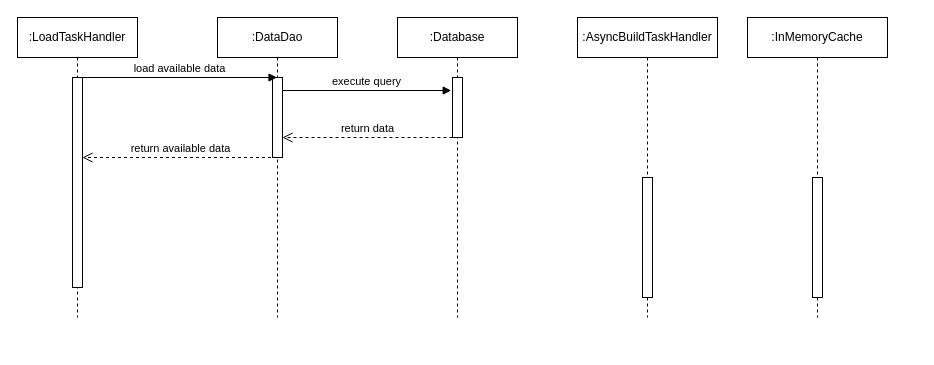
Above: Untitled Diagram.drawio in minhtran-q/documents (draw.io), before the change. Source tidied: cells renumbered, new cells numbered last; positions are measured from the earlier drawing's top-left corner, leaving out a move shared by most shapes. Both pictures are drawn from the tidied source at 100%, with x=0, y=0 at pixel (17, 17).
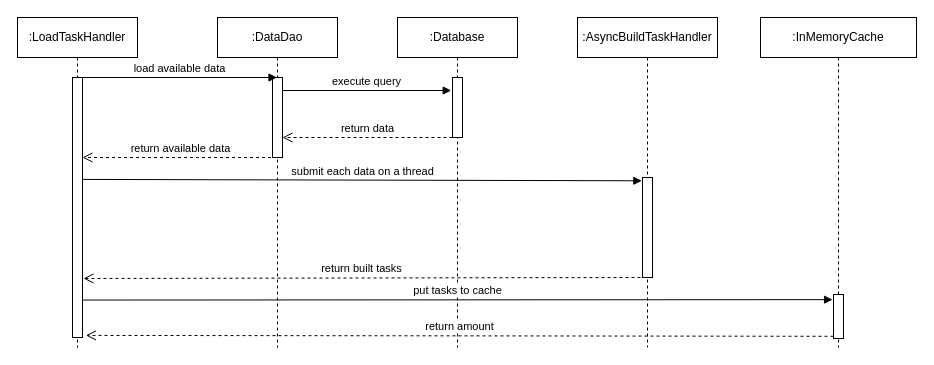
Above is the later version.

Change to the diagram source:
```diff
@@
     <mxCell id="2" value=":LoadTaskHandler" style="shape=umlLifeline;perimeter=lifelinePerimeter;whiteSpace=wrap;html=1;" parent="1" vertex="1">
-      <mxGeometry width="120" height="300" as="geometry" />
+      <mxGeometry width="120" height="330" as="geometry" />
     </mxCell>
     <mxCell id="3" style="html=1;points=[];perimeter=orthogonalPerimeter;" parent="2" vertex="1">
-      <mxGeometry x="55" y="60" width="10" height="210" as="geometry" />
+      <mxGeometry x="55" y="60" width="10" height="260" as="geometry" />
     </mxCell>
     <mxCell id="4" value=":DataDao" style="shape=umlLifeline;perimeter=lifelinePerimeter;whiteSpace=wrap;html=1;outlineConnect=0;" parent="1" vertex="1">
-      <mxGeometry x="200" width="120" height="300" as="geometry" />
+      <mxGeometry x="200" width="120" height="330" as="geometry" />
     </mxCell>
@@
     <mxCell id="6" value=":AsyncBuildTaskHandler" style="shape=umlLifeline;perimeter=lifelinePerimeter;whiteSpace=wrap;html=1;" parent="1" vertex="1">
-      <mxGeometry x="560" width="140" height="300" as="geometry" />
+      <mxGeometry x="560" width="140" height="330" as="geometry" />
     </mxCell>
     <mxCell id="7" style="html=1;points=[];perimeter=orthogonalPerimeter;" parent="6" vertex="1">
-      <mxGeometry x="65" y="160" width="10" height="120" as="geometry" />
+      <mxGeometry x="65" y="160" width="10" height="100" as="geometry" />
     </mxCell>
     <mxCell id="8" value=":Database" style="shape=umlLifeline;perimeter=lifelinePerimeter;whiteSpace=wrap;html=1;" parent="1" vertex="1">
-      <mxGeometry x="380" width="120" height="300" as="geometry" />
+      <mxGeometry x="380" width="120" height="330" as="geometry" />
     </mxCell>
@@
     <mxCell id="14" value=":InMemoryCache" style="shape=umlLifeline;perimeter=lifelinePerimeter;whiteSpace=wrap;html=1;" parent="1" vertex="1">
-      <mxGeometry x="730" width="140" height="300" as="geometry" />
+      <mxGeometry x="743" width="156" height="330" as="geometry" />
     </mxCell>
-    <mxCell id="15" style="html=1;perimeter=orthogonalPerimeter;" parent="14" vertex="1">
-      <mxGeometry x="65" y="160" width="10" height="120" as="geometry" />
-    </mxCell>
+    <mxCell id="16" style="html=1;points=[];perimeter=orthogonalPerimeter;" parent="14" vertex="1">
+      <mxGeometry x="73" y="277" width="10" height="44" as="geometry" />
+    </mxCell>
+    <mxCell id="17" value="submit each data on a thread" style="html=1;verticalAlign=bottom;endArrow=block;rounded=0;entryX=-0.067;entryY=0.094;entryDx=0;entryDy=0;entryPerimeter=0;exitX=1.02;exitY=0.392;exitDx=0;exitDy=0;exitPerimeter=0;" parent="1" edge="1" source="3">
+      <mxGeometry relative="1" as="geometry">
+        <mxPoint x="624.3" y="163.3" as="targetPoint" />
+      </mxGeometry>
+    </mxCell>
+    <mxCell id="18" value="return built tasks" style="html=1;verticalAlign=bottom;endArrow=open;dashed=1;endSize=8;rounded=0;exitX=-0.2;exitY=1;exitDx=0;exitDy=0;exitPerimeter=0;entryX=1.1;entryY=0.773;entryDx=0;entryDy=0;entryPerimeter=0;" parent="1" edge="1" source="7" target="3">
+      <mxGeometry relative="1" as="geometry" />
+    </mxCell>
+    <mxCell id="19" value="put tasks to cache" style="html=1;verticalAlign=bottom;endArrow=block;entryX=-0.093;entryY=0.117;rounded=0;entryDx=0;entryDy=0;entryPerimeter=0;exitX=1.02;exitY=0.856;exitDx=0;exitDy=0;exitPerimeter=0;" parent="1" edge="1" source="3" target="16">
+      <mxGeometry relative="1" as="geometry" />
+    </mxCell>
+    <mxCell id="20" value="return amount" style="html=1;verticalAlign=bottom;endArrow=open;dashed=1;endSize=8;exitX=0;exitY=0.95;rounded=0;entryX=1.34;entryY=0.992;entryDx=0;entryDy=0;entryPerimeter=0;" parent="1" edge="1" source="16" target="3">
+      <mxGeometry relative="1" as="geometry" />
+    </mxCell>
```
